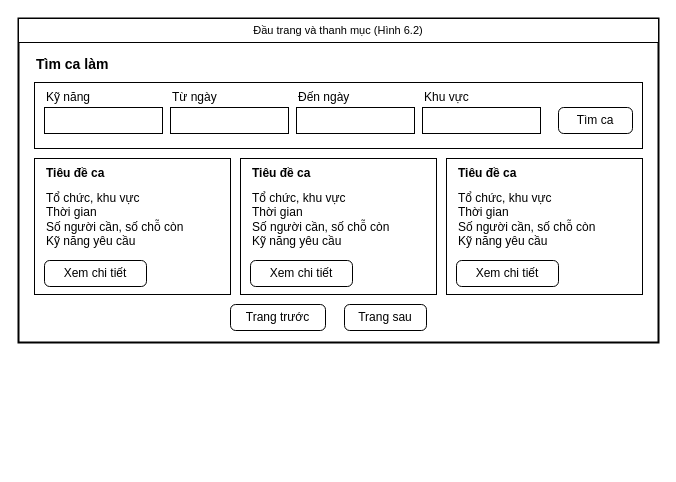
Earlier version of the draw.io diagram docs/giao_dien/drawio/M02_Tim_ca_lam.drawio (kanishere55/OOSD_NenTangDieuPhoi_TNV). Source tidied: cells renumbered, new cells numbered last; positions are measured from the earlier drawing's top-left corner, leaving out a move shared by most shapes. Both pictures are drawn from the tidied source at 100%, with x=0, y=0 at pixel (18, 18).
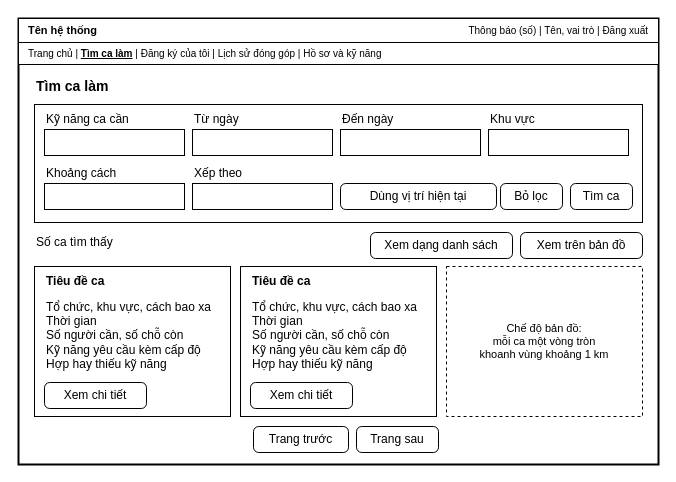
The same page after the edit.

Diff of the diagram source:
```diff
@@
     <mxCell id="2" style="rounded=0;whiteSpace=wrap;html=1;fillColor=#ffffff;strokeColor=#000000;strokeWidth=2;" parent="1" vertex="1">
-      <mxGeometry width="640" height="324" as="geometry" />
+      <mxGeometry width="640" height="446" as="geometry" />
     </mxCell>
-    <mxCell id="3" value="Đầu trang và thanh mục (Hình 6.2)" style="rounded=0;whiteSpace=wrap;html=1;fillColor=#ffffff;strokeColor=#000000;fontColor=#000000;fontSize=11;align=center;" parent="1" vertex="1">
+    <mxCell id="3" style="rounded=0;whiteSpace=wrap;html=1;fillColor=#ffffff;strokeColor=#000000;fontColor=#000000;fontSize=12;align=center;" parent="1" vertex="1">
       <mxGeometry width="640" height="24" as="geometry" />
     </mxCell>
-    <mxCell id="4" value="Tìm ca làm" style="text;html=1;strokeColor=none;fillColor=none;whiteSpace=wrap;verticalAlign=middle;fontColor=#000000;align=left;fontSize=14;fontStyle=1;" parent="1" vertex="1">
-      <mxGeometry x="16" y="34" width="300" height="24" as="geometry" />
+    <mxCell id="4" value="Tên hệ thống" style="text;html=1;strokeColor=none;fillColor=none;whiteSpace=wrap;verticalAlign=middle;fontColor=#000000;align=left;fontSize=11;fontStyle=1;" parent="1" vertex="1">
+      <mxGeometry x="8" y="2" width="150" height="20" as="geometry" />
     </mxCell>
-    <mxCell id="5" style="rounded=0;whiteSpace=wrap;html=1;fillColor=#ffffff;strokeColor=#000000;fontColor=#000000;fontSize=12;align=center;" parent="1" vertex="1">
-      <mxGeometry x="16" y="64" width="608" height="66" as="geometry" />
+    <mxCell id="5" value="Thông báo (số)   |   Tên, vai trò   |   Đăng xuất" style="text;html=1;strokeColor=none;fillColor=none;whiteSpace=wrap;verticalAlign=middle;fontColor=#000000;align=right;fontSize=10;fontStyle=0;" parent="1" vertex="1">
+      <mxGeometry x="340" y="2" width="292" height="20" as="geometry" />
     </mxCell>
-    <mxCell id="6" value="Kỹ năng" style="text;html=1;strokeColor=none;fillColor=none;whiteSpace=wrap;verticalAlign=middle;fontColor=#000000;align=left;fontSize=12;fontStyle=0;" parent="1" vertex="1">
-      <mxGeometry x="26" y="70" width="118" height="18" as="geometry" />
+    <mxCell id="6" style="rounded=0;whiteSpace=wrap;html=1;fillColor=#ffffff;strokeColor=#000000;fontColor=#000000;fontSize=12;align=center;" parent="1" vertex="1">
+      <mxGeometry y="24" width="640" height="22" as="geometry" />
     </mxCell>
-    <mxCell id="7" style="rounded=0;whiteSpace=wrap;html=1;fillColor=#ffffff;strokeColor=#000000;fontColor=#000000;fontSize=12;align=center;" parent="1" vertex="1">
-      <mxGeometry x="26" y="89" width="118" height="26" as="geometry" />
+    <mxCell id="7" value="Trang chủ   |   &lt;b&gt;&lt;u&gt;Tìm ca làm&lt;/u&gt;&lt;/b&gt;   |   Đăng ký của tôi   |   Lịch sử đóng góp   |   Hồ sơ và kỹ năng" style="text;html=1;strokeColor=none;fillColor=none;whiteSpace=wrap;verticalAlign=middle;fontColor=#000000;align=left;fontSize=10;fontStyle=0;" parent="1" vertex="1">
+      <mxGeometry x="8" y="25" width="624" height="20" as="geometry" />
     </mxCell>
-    <mxCell id="8" value="Từ ngày" style="text;html=1;strokeColor=none;fillColor=none;whiteSpace=wrap;verticalAlign=middle;fontColor=#000000;align=left;fontSize=12;fontStyle=0;" parent="1" vertex="1">
-      <mxGeometry x="152" y="70" width="118" height="18" as="geometry" />
+    <mxCell id="8" value="Tìm ca làm" style="text;html=1;strokeColor=none;fillColor=none;whiteSpace=wrap;verticalAlign=middle;fontColor=#000000;align=left;fontSize=14;fontStyle=1;" parent="1" vertex="1">
+      <mxGeometry x="16" y="56" width="300" height="24" as="geometry" />
     </mxCell>
     <mxCell id="9" style="rounded=0;whiteSpace=wrap;html=1;fillColor=#ffffff;strokeColor=#000000;fontColor=#000000;fontSize=12;align=center;" parent="1" vertex="1">
-      <mxGeometry x="152" y="89" width="118" height="26" as="geometry" />
+      <mxGeometry x="16" y="86" width="608" height="118" as="geometry" />
     </mxCell>
-    <mxCell id="10" value="Đến ngày" style="text;html=1;strokeColor=none;fillColor=none;whiteSpace=wrap;verticalAlign=middle;fontColor=#000000;align=left;fontSize=12;fontStyle=0;" parent="1" vertex="1">
-      <mxGeometry x="278" y="70" width="118" height="18" as="geometry" />
+    <mxCell id="10" value="Kỹ năng ca cần" style="text;html=1;strokeColor=none;fillColor=none;whiteSpace=wrap;verticalAlign=middle;fontColor=#000000;align=left;fontSize=12;fontStyle=0;" parent="1" vertex="1">
+      <mxGeometry x="26" y="92" width="140" height="18" as="geometry" />
     </mxCell>
     <mxCell id="11" style="rounded=0;whiteSpace=wrap;html=1;fillColor=#ffffff;strokeColor=#000000;fontColor=#000000;fontSize=12;align=center;" parent="1" vertex="1">
-      <mxGeometry x="278" y="89" width="118" height="26" as="geometry" />
+      <mxGeometry x="26" y="111" width="140" height="26" as="geometry" />
     </mxCell>
-    <mxCell id="12" value="Khu vực" style="text;html=1;strokeColor=none;fillColor=none;whiteSpace=wrap;verticalAlign=middle;fontColor=#000000;align=left;fontSize=12;fontStyle=0;" parent="1" vertex="1">
-      <mxGeometry x="404" y="70" width="118" height="18" as="geometry" />
+    <mxCell id="12" value="Từ ngày" style="text;html=1;strokeColor=none;fillColor=none;whiteSpace=wrap;verticalAlign=middle;fontColor=#000000;align=left;fontSize=12;fontStyle=0;" parent="1" vertex="1">
+      <mxGeometry x="174" y="92" width="140" height="18" as="geometry" />
     </mxCell>
     <mxCell id="13" style="rounded=0;whiteSpace=wrap;html=1;fillColor=#ffffff;strokeColor=#000000;fontColor=#000000;fontSize=12;align=center;" parent="1" vertex="1">
-      <mxGeometry x="404" y="89" width="118" height="26" as="geometry" />
+      <mxGeometry x="174" y="111" width="140" height="26" as="geometry" />
     </mxCell>
-    <mxCell id="14" value="Tìm ca" style="rounded=1;arcSize=20;whiteSpace=wrap;html=1;fillColor=#ffffff;strokeColor=#000000;fontColor=#000000;fontSize=12;" parent="1" vertex="1">
-      <mxGeometry x="540" y="89" width="74" height="26" as="geometry" />
+    <mxCell id="14" value="Đến ngày" style="text;html=1;strokeColor=none;fillColor=none;whiteSpace=wrap;verticalAlign=middle;fontColor=#000000;align=left;fontSize=12;fontStyle=0;" parent="1" vertex="1">
+      <mxGeometry x="322" y="92" width="140" height="18" as="geometry" />
     </mxCell>
     <mxCell id="15" style="rounded=0;whiteSpace=wrap;html=1;fillColor=#ffffff;strokeColor=#000000;fontColor=#000000;fontSize=12;align=center;" parent="1" vertex="1">
-      <mxGeometry x="16" y="140" width="196" height="136" as="geometry" />
+      <mxGeometry x="322" y="111" width="140" height="26" as="geometry" />
     </mxCell>
-    <mxCell id="16" value="Tiêu đề ca" style="text;html=1;strokeColor=none;fillColor=none;whiteSpace=wrap;verticalAlign=middle;fontColor=#000000;align=left;fontSize=12;fontStyle=1;" parent="1" vertex="1">
-      <mxGeometry x="26" y="146" width="180" height="18" as="geometry" />
+    <mxCell id="16" value="Khu vực" style="text;html=1;strokeColor=none;fillColor=none;whiteSpace=wrap;verticalAlign=middle;fontColor=#000000;align=left;fontSize=12;fontStyle=0;" parent="1" vertex="1">
+      <mxGeometry x="470" y="92" width="140" height="18" as="geometry" />
     </mxCell>
-    <mxCell id="17" value="Tổ chức, khu vực&lt;br&gt;Thời gian&lt;br&gt;Số người cần, số chỗ còn&lt;br&gt;Kỹ năng yêu cầu" style="text;html=1;strokeColor=none;fillColor=none;whiteSpace=wrap;verticalAlign=middle;fontColor=#000000;align=left;fontSize=12;fontStyle=0;" parent="1" vertex="1">
-      <mxGeometry x="26" y="166" width="180" height="70" as="geometry" />
+    <mxCell id="17" style="rounded=0;whiteSpace=wrap;html=1;fillColor=#ffffff;strokeColor=#000000;fontColor=#000000;fontSize=12;align=center;" parent="1" vertex="1">
+      <mxGeometry x="470" y="111" width="140" height="26" as="geometry" />
     </mxCell>
-    <mxCell id="18" value="Xem chi tiết" style="rounded=1;arcSize=20;whiteSpace=wrap;html=1;fillColor=#ffffff;strokeColor=#000000;fontColor=#000000;fontSize=12;" parent="1" vertex="1">
-      <mxGeometry x="26" y="242" width="102" height="26" as="geometry" />
+    <mxCell id="18" value="Khoảng cách" style="text;html=1;strokeColor=none;fillColor=none;whiteSpace=wrap;verticalAlign=middle;fontColor=#000000;align=left;fontSize=12;fontStyle=0;" parent="1" vertex="1">
+      <mxGeometry x="26" y="146" width="140" height="18" as="geometry" />
     </mxCell>
     <mxCell id="19" style="rounded=0;whiteSpace=wrap;html=1;fillColor=#ffffff;strokeColor=#000000;fontColor=#000000;fontSize=12;align=center;" parent="1" vertex="1">
-      <mxGeometry x="222" y="140" width="196" height="136" as="geometry" />
+      <mxGeometry x="26" y="165" width="140" height="26" as="geometry" />
     </mxCell>
-    <mxCell id="20" value="Tiêu đề ca" style="text;html=1;strokeColor=none;fillColor=none;whiteSpace=wrap;verticalAlign=middle;fontColor=#000000;align=left;fontSize=12;fontStyle=1;" parent="1" vertex="1">
-      <mxGeometry x="232" y="146" width="180" height="18" as="geometry" />
+    <mxCell id="20" value="Xếp theo" style="text;html=1;strokeColor=none;fillColor=none;whiteSpace=wrap;verticalAlign=middle;fontColor=#000000;align=left;fontSize=12;fontStyle=0;" parent="1" vertex="1">
+      <mxGeometry x="174" y="146" width="140" height="18" as="geometry" />
     </mxCell>
-    <mxCell id="21" value="Tổ chức, khu vực&lt;br&gt;Thời gian&lt;br&gt;Số người cần, số chỗ còn&lt;br&gt;Kỹ năng yêu cầu" style="text;html=1;strokeColor=none;fillColor=none;whiteSpace=wrap;verticalAlign=middle;fontColor=#000000;align=left;fontSize=12;fontStyle=0;" parent="1" vertex="1">
-      <mxGeometry x="232" y="166" width="180" height="70" as="geometry" />
+    <mxCell id="21" style="rounded=0;whiteSpace=wrap;html=1;fillColor=#ffffff;strokeColor=#000000;fontColor=#000000;fontSize=12;align=center;" parent="1" vertex="1">
+      <mxGeometry x="174" y="165" width="140" height="26" as="geometry" />
     </mxCell>
-    <mxCell id="22" value="Xem chi tiết" style="rounded=1;arcSize=20;whiteSpace=wrap;html=1;fillColor=#ffffff;strokeColor=#000000;fontColor=#000000;fontSize=12;" parent="1" vertex="1">
-      <mxGeometry x="232" y="242" width="102" height="26" as="geometry" />
+    <mxCell id="22" value="Dùng vị trí hiện tại" style="rounded=1;arcSize=20;whiteSpace=wrap;html=1;fillColor=#ffffff;strokeColor=#000000;fontColor=#000000;fontSize=12;" parent="1" vertex="1">
+      <mxGeometry x="322" y="165" width="156" height="26" as="geometry" />
     </mxCell>
-    <mxCell id="23" style="rounded=0;whiteSpace=wrap;html=1;fillColor=#ffffff;strokeColor=#000000;fontColor=#000000;fontSize=12;align=center;" parent="1" vertex="1">
-      <mxGeometry x="428" y="140" width="196" height="136" as="geometry" />
+    <mxCell id="23" value="Tìm ca" style="rounded=1;arcSize=20;whiteSpace=wrap;html=1;fillColor=#ffffff;strokeColor=#000000;fontColor=#000000;fontSize=12;" parent="1" vertex="1">
+      <mxGeometry x="552" y="165" width="62" height="26" as="geometry" />
     </mxCell>
-    <mxCell id="24" value="Tiêu đề ca" style="text;html=1;strokeColor=none;fillColor=none;whiteSpace=wrap;verticalAlign=middle;fontColor=#000000;align=left;fontSize=12;fontStyle=1;" parent="1" vertex="1">
-      <mxGeometry x="438" y="146" width="180" height="18" as="geometry" />
+    <mxCell id="24" value="Bỏ lọc" style="rounded=1;arcSize=20;whiteSpace=wrap;html=1;fillColor=#ffffff;strokeColor=#000000;fontColor=#000000;fontSize=12;" parent="1" vertex="1">
+      <mxGeometry x="482" y="165" width="62" height="26" as="geometry" />
     </mxCell>
-    <mxCell id="25" value="Tổ chức, khu vực&lt;br&gt;Thời gian&lt;br&gt;Số người cần, số chỗ còn&lt;br&gt;Kỹ năng yêu cầu" style="text;html=1;strokeColor=none;fillColor=none;whiteSpace=wrap;verticalAlign=middle;fontColor=#000000;align=left;fontSize=12;fontStyle=0;" parent="1" vertex="1">
-      <mxGeometry x="438" y="166" width="180" height="70" as="geometry" />
+    <mxCell id="25" value="Xem trên bản đồ" style="rounded=1;arcSize=20;whiteSpace=wrap;html=1;fillColor=#ffffff;strokeColor=#000000;fontColor=#000000;fontSize=12;" parent="1" vertex="1">
+      <mxGeometry x="502" y="214" width="122" height="26" as="geometry" />
     </mxCell>
-    <mxCell id="26" value="Xem chi tiết" style="rounded=1;arcSize=20;whiteSpace=wrap;html=1;fillColor=#ffffff;strokeColor=#000000;fontColor=#000000;fontSize=12;" parent="1" vertex="1">
-      <mxGeometry x="438" y="242" width="102" height="26" as="geometry" />
+    <mxCell id="26" value="Xem dạng danh sách" style="rounded=1;arcSize=20;whiteSpace=wrap;html=1;fillColor=#ffffff;strokeColor=#000000;fontColor=#000000;fontSize=12;" parent="1" vertex="1">
+      <mxGeometry x="352" y="214" width="142" height="26" as="geometry" />
     </mxCell>
-    <mxCell id="27" value="Trang trước" style="rounded=1;arcSize=20;whiteSpace=wrap;html=1;fillColor=#ffffff;strokeColor=#000000;fontColor=#000000;fontSize=12;" parent="1" vertex="1">
-      <mxGeometry x="212" y="286" width="95" height="26" as="geometry" />
+    <mxCell id="27" value="Số ca tìm thấy" style="text;html=1;strokeColor=none;fillColor=none;whiteSpace=wrap;verticalAlign=middle;fontColor=#000000;align=left;fontSize=12;fontStyle=0;" parent="1" vertex="1">
+      <mxGeometry x="16" y="214" width="300" height="20" as="geometry" />
     </mxCell>
-    <mxCell id="28" value="Trang sau" style="rounded=1;arcSize=20;whiteSpace=wrap;html=1;fillColor=#ffffff;strokeColor=#000000;fontColor=#000000;fontSize=12;" parent="1" vertex="1">
-      <mxGeometry x="326" y="286" width="82" height="26" as="geometry" />
+    <mxCell id="28" style="rounded=0;whiteSpace=wrap;html=1;fillColor=#ffffff;strokeColor=#000000;fontColor=#000000;fontSize=12;align=center;" parent="1" vertex="1">
+      <mxGeometry x="16" y="248" width="196" height="150" as="geometry" />
     </mxCell>
+    <mxCell id="29" value="Tiêu đề ca" style="text;html=1;strokeColor=none;fillColor=none;whiteSpace=wrap;verticalAlign=middle;fontColor=#000000;align=left;fontSize=12;fontStyle=1;" parent="1" vertex="1">
+      <mxGeometry x="26" y="254" width="180" height="18" as="geometry" />
+    </mxCell>
+    <mxCell id="30" value="Tổ chức, khu vực, cách bao xa&lt;br&gt;Thời gian&lt;br&gt;Số người cần, số chỗ còn&lt;br&gt;Kỹ năng yêu cầu kèm cấp độ&lt;br&gt;Hợp hay thiếu kỹ năng" style="text;html=1;strokeColor=none;fillColor=none;whiteSpace=wrap;verticalAlign=middle;fontColor=#000000;align=left;fontSize=12;fontStyle=0;" parent="1" vertex="1">
+      <mxGeometry x="26" y="274" width="180" height="86" as="geometry" />
+    </mxCell>
+    <mxCell id="31" value="Xem chi tiết" style="rounded=1;arcSize=20;whiteSpace=wrap;html=1;fillColor=#ffffff;strokeColor=#000000;fontColor=#000000;fontSize=12;" parent="1" vertex="1">
+      <mxGeometry x="26" y="364" width="102" height="26" as="geometry" />
+    </mxCell>
+    <mxCell id="32" style="rounded=0;whiteSpace=wrap;html=1;fillColor=#ffffff;strokeColor=#000000;fontColor=#000000;fontSize=12;align=center;" parent="1" vertex="1">
+      <mxGeometry x="222" y="248" width="196" height="150" as="geometry" />
+    </mxCell>
+    <mxCell id="33" value="Tiêu đề ca" style="text;html=1;strokeColor=none;fillColor=none;whiteSpace=wrap;verticalAlign=middle;fontColor=#000000;align=left;fontSize=12;fontStyle=1;" parent="1" vertex="1">
+      <mxGeometry x="232" y="254" width="180" height="18" as="geometry" />
+    </mxCell>
+    <mxCell id="34" value="Tổ chức, khu vực, cách bao xa&lt;br&gt;Thời gian&lt;br&gt;Số người cần, số chỗ còn&lt;br&gt;Kỹ năng yêu cầu kèm cấp độ&lt;br&gt;Hợp hay thiếu kỹ năng" style="text;html=1;strokeColor=none;fillColor=none;whiteSpace=wrap;verticalAlign=middle;fontColor=#000000;align=left;fontSize=12;fontStyle=0;" parent="1" vertex="1">
+      <mxGeometry x="232" y="274" width="180" height="86" as="geometry" />
+    </mxCell>
+    <mxCell id="35" value="Xem chi tiết" style="rounded=1;arcSize=20;whiteSpace=wrap;html=1;fillColor=#ffffff;strokeColor=#000000;fontColor=#000000;fontSize=12;" parent="1" vertex="1">
+      <mxGeometry x="232" y="364" width="102" height="26" as="geometry" />
+    </mxCell>
+    <mxCell id="36" value="Chế độ bản đồ:&lt;br&gt;mỗi ca một vòng tròn&lt;br&gt;khoanh vùng khoảng 1 km" style="rounded=0;whiteSpace=wrap;html=1;fillColor=#ffffff;strokeColor=#000000;fontColor=#000000;fontSize=11;align=center;dashed=1;" parent="1" vertex="1">
+      <mxGeometry x="428" y="248" width="196" height="150" as="geometry" />
+    </mxCell>
+    <mxCell id="37" value="Trang sau" style="rounded=1;arcSize=20;whiteSpace=wrap;html=1;fillColor=#ffffff;strokeColor=#000000;fontColor=#000000;fontSize=12;" parent="1" vertex="1">
+      <mxGeometry x="338" y="408" width="82" height="26" as="geometry" />
+    </mxCell>
+    <mxCell id="38" value="Trang trước" style="rounded=1;arcSize=20;whiteSpace=wrap;html=1;fillColor=#ffffff;strokeColor=#000000;fontColor=#000000;fontSize=12;" parent="1" vertex="1">
+      <mxGeometry x="235" y="408" width="95" height="26" as="geometry" />
+    </mxCell>
```
